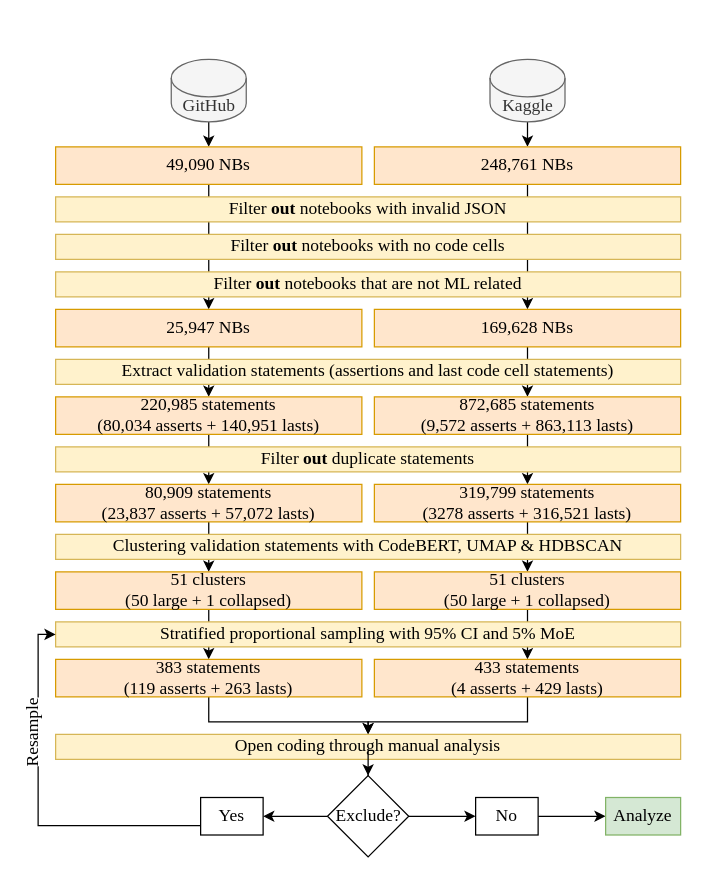
The draw.io diagram report/figures.drawio in arumoy-shome/shome2023notebook, before the edit. Source tidied: cells renumbered, new cells numbered last; positions are measured from the earlier drawing's top-left corner, leaving out a move shared by most shapes. Both pictures are drawn from the tidied source at 125%, with x=0, y=0 at pixel (38, 59).
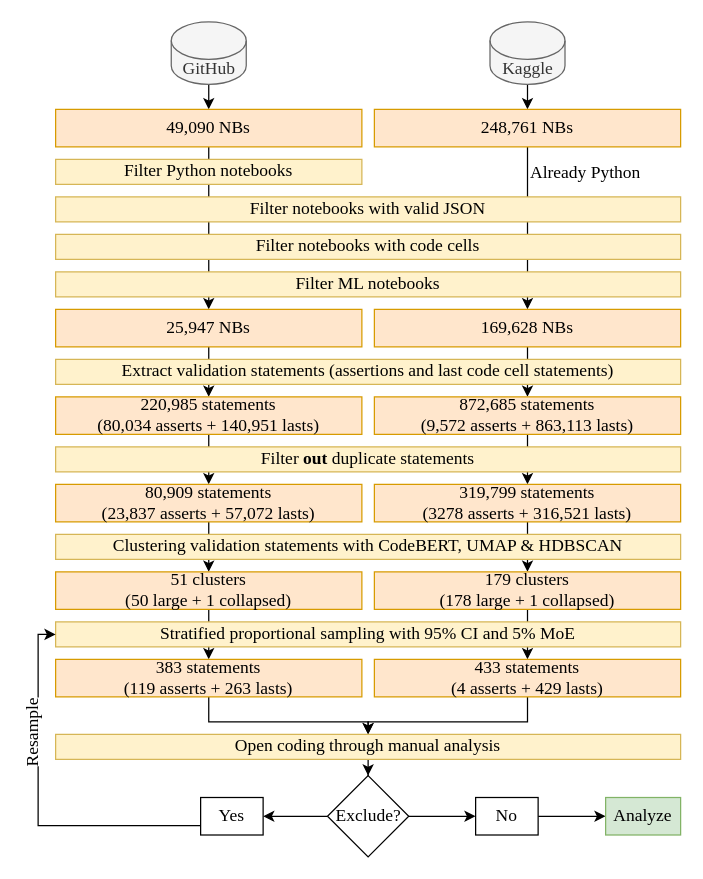
Above is the later version.

Commit message (it also covers changes not shown here):
Update methdology figure

Add the filter for only Python notebooks for GH.
Fix typo in number of clusters for KG.

The change refers to these unchanged cells:
```xml
<mxCell id="8" style="edgeStyle=orthogonalEdgeStyle;rounded=0;jettySize=auto;html=1;exitX=0.5;exitY=1;exitDx=0;exitDy=0;endArrow=classic;endFill=1;fontFamily=Times New Roman;fontSize=14;" parent="1" edge="1" source="9" target="16">
  <mxGeometry relative="1" as="geometry" />
</mxCell>
<mxCell id="37" value="Open coding through manual analysis" style="whiteSpace=wrap;html=1;fillColor=#fff2cc;strokeColor=#d6b656;fontFamily=Times New Roman;fontSize=14;" parent="1" vertex="1">
  <mxGeometry x="14" y="540" width="500" height="20" as="geometry" />
</mxCell>
<mxCell id="41" value="Exclude?" style="rhombus;whiteSpace=wrap;html=1;fontFamily=Times New Roman;fontSize=14;" parent="1" vertex="1">
  <mxGeometry x="231.5" y="573" width="65" height="65" as="geometry" />
</mxCell>
```

Diff of the diagram source:
```diff
@@
     <mxCell id="3" value="GitHub" style="shape=cylinder3;whiteSpace=wrap;html=1;boundedLbl=1;backgroundOutline=1;size=15;fillColor=#f5f5f5;fontColor=#333333;strokeColor=#666666;fontFamily=Times New Roman;fontSize=14;" parent="1" vertex="1">
-      <mxGeometry x="106.5" width="60" height="50" as="geometry" />
+      <mxGeometry x="106.5" y="-30" width="60" height="50" as="geometry" />
     </mxCell>
@@
     <mxCell id="5" value="Kaggle" style="shape=cylinder3;whiteSpace=wrap;html=1;boundedLbl=1;backgroundOutline=1;size=15;fillColor=#f5f5f5;fontColor=#333333;strokeColor=#666666;fontFamily=Times New Roman;fontSize=14;" parent="1" vertex="1">
-      <mxGeometry x="361.5" width="60" height="50" as="geometry" />
+      <mxGeometry x="361.5" y="-30" width="60" height="50" as="geometry" />
     </mxCell>
@@
     <mxCell id="7" value="49,&lt;span style=&quot;background-color: transparent; color: light-dark(rgb(0, 0, 0), rgb(255, 255, 255));&quot;&gt;090 NBs&lt;/span&gt;" style="whiteSpace=wrap;html=1;fillColor=#ffe6cc;strokeColor=#d79b00;fontStyle=0;fontFamily=Times New Roman;fontSize=14;" parent="1" vertex="1">
-      <mxGeometry x="14" y="70" width="245" height="30" as="geometry" />
+      <mxGeometry x="14" y="40" width="245" height="30" as="geometry" />
     </mxCell>
@@
+    <mxCell id="48" value="Already Python" style="edgeLabel;html=1;align=left;verticalAlign=middle;labelPosition=right;verticalLabelPosition=middle;fontFamily=Times New Roman;fontSize=14;" parent="8" vertex="1">
+      <mxGeometry x="-0.72" y="1" relative="1" as="geometry">
+        <mxPoint x="-1" y="2" as="offset" />
+      </mxGeometry>
+    </mxCell>
     <mxCell id="9" value="248,761 NBs" style="whiteSpace=wrap;html=1;fillColor=#ffe6cc;strokeColor=#d79b00;fontStyle=0;fontFamily=Times New Roman;fontSize=14;" parent="1" vertex="1">
-      <mxGeometry x="269" y="70" width="245" height="30" as="geometry" />
+      <mxGeometry x="269" y="40" width="245" height="30" as="geometry" />
     </mxCell>
-    <mxCell id="10" value="Filter &lt;b&gt;out&lt;/b&gt; notebooks with invalid JSON" style="whiteSpace=wrap;html=1;fillColor=#fff2cc;strokeColor=#d6b656;fontFamily=Times New Roman;fontSize=14;" parent="1" vertex="1">
+    <mxCell id="10" value="Filter notebooks with valid JSON" style="whiteSpace=wrap;html=1;fillColor=#fff2cc;strokeColor=#d6b656;fontFamily=Times New Roman;fontSize=14;" parent="1" vertex="1">
       <mxGeometry x="14" y="110" width="500" height="20" as="geometry" />
     </mxCell>
-    <mxCell id="11" value="Filter &lt;b&gt;out&lt;/b&gt; notebooks with no code cells" style="whiteSpace=wrap;html=1;fillColor=#fff2cc;strokeColor=#d6b656;fontFamily=Times New Roman;fontSize=14;" parent="1" vertex="1">
+    <mxCell id="11" value="Filter notebooks with code cells" style="whiteSpace=wrap;html=1;fillColor=#fff2cc;strokeColor=#d6b656;fontFamily=Times New Roman;fontSize=14;" parent="1" vertex="1">
       <mxGeometry x="14" y="140" width="500" height="20" as="geometry" />
     </mxCell>
-    <mxCell id="12" value="Filter &lt;b&gt;out&lt;/b&gt; notebooks that are not ML related" style="whiteSpace=wrap;html=1;fillColor=#fff2cc;strokeColor=#d6b656;fontFamily=Times New Roman;fontSize=14;" parent="1" vertex="1">
+    <mxCell id="12" value="Filter ML notebooks" style="whiteSpace=wrap;html=1;fillColor=#fff2cc;strokeColor=#d6b656;fontFamily=Times New Roman;fontSize=14;" parent="1" vertex="1">
       <mxGeometry x="14" y="170" width="500" height="20" as="geometry" />
     </mxCell>
@@
-    <mxCell id="30" value="51 clusters&lt;div&gt;(50 large + 1 collapsed)&lt;/div&gt;" style="whiteSpace=wrap;html=1;fillColor=#ffe6cc;strokeColor=#d79b00;fontStyle=0;fontFamily=Times New Roman;fontSize=14;" parent="1" vertex="1">
+    <mxCell id="30" value="179 clusters&lt;div&gt;(178 large + 1 collapsed)&lt;/div&gt;" style="whiteSpace=wrap;html=1;fillColor=#ffe6cc;strokeColor=#d79b00;fontStyle=0;fontFamily=Times New Roman;fontSize=14;" parent="1" vertex="1">
       <mxGeometry x="269" y="410" width="245" height="30" as="geometry" />
     </mxCell>
@@
+    <mxCell id="49" style="edgeStyle=orthogonalEdgeStyle;rounded=0;jettySize=auto;html=1;exitX=0.5;exitY=1;exitDx=0;exitDy=0;" parent="1" edge="1" source="37" target="41">
+      <mxGeometry relative="1" as="geometry" />
+    </mxCell>
@@
-    <mxCell id="40" style="edgeStyle=orthogonalEdgeStyle;rounded=0;jettySize=auto;html=1;exitX=0.5;exitY=0;exitDx=0;exitDy=0;startArrow=classic;startFill=1;endArrow=none;endFill=0;fontFamily=Times New Roman;fontSize=14;" parent="1" edge="1" source="41" target="37">
-      <mxGeometry relative="1" as="geometry" />
-    </mxCell>
@@
+    <mxCell id="50" value="Filter Python notebooks" style="whiteSpace=wrap;html=1;fillColor=#fff2cc;strokeColor=#d6b656;fontFamily=Times New Roman;fontSize=14;" parent="1" vertex="1">
+      <mxGeometry x="14" y="80" width="245" height="20" as="geometry" />
+    </mxCell>
```
